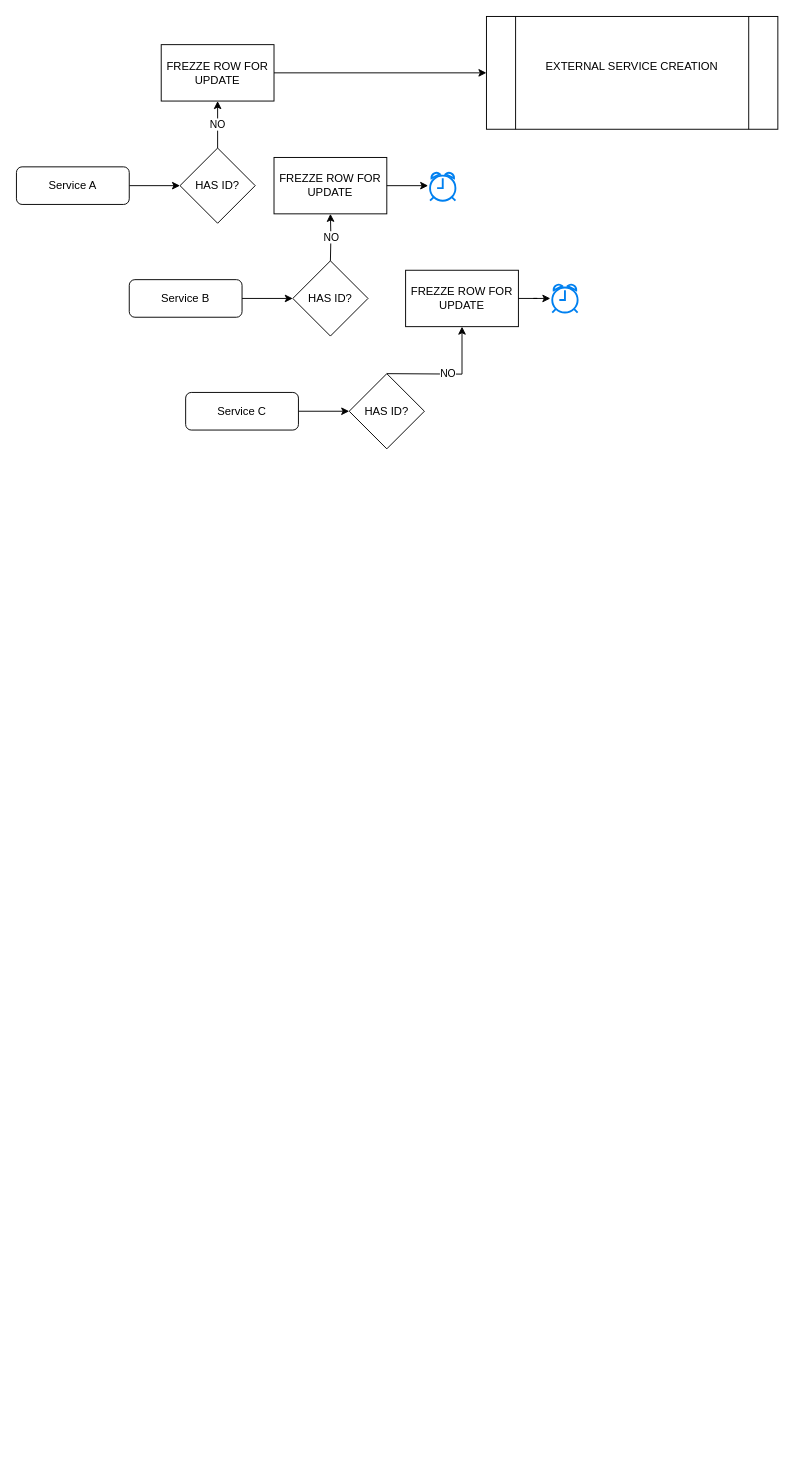
fllantada/casinoFront keeps this draw.io diagram as Diagrama sin título.drawio. Above is the earlier version. Source tidied: cells renumbered, new cells numbered last; positions are measured from the earlier drawing's top-left corner, leaving out a move shared by most shapes. Both pictures are drawn from the tidied source at 94%, with x=0, y=0 at pixel (16, 16).
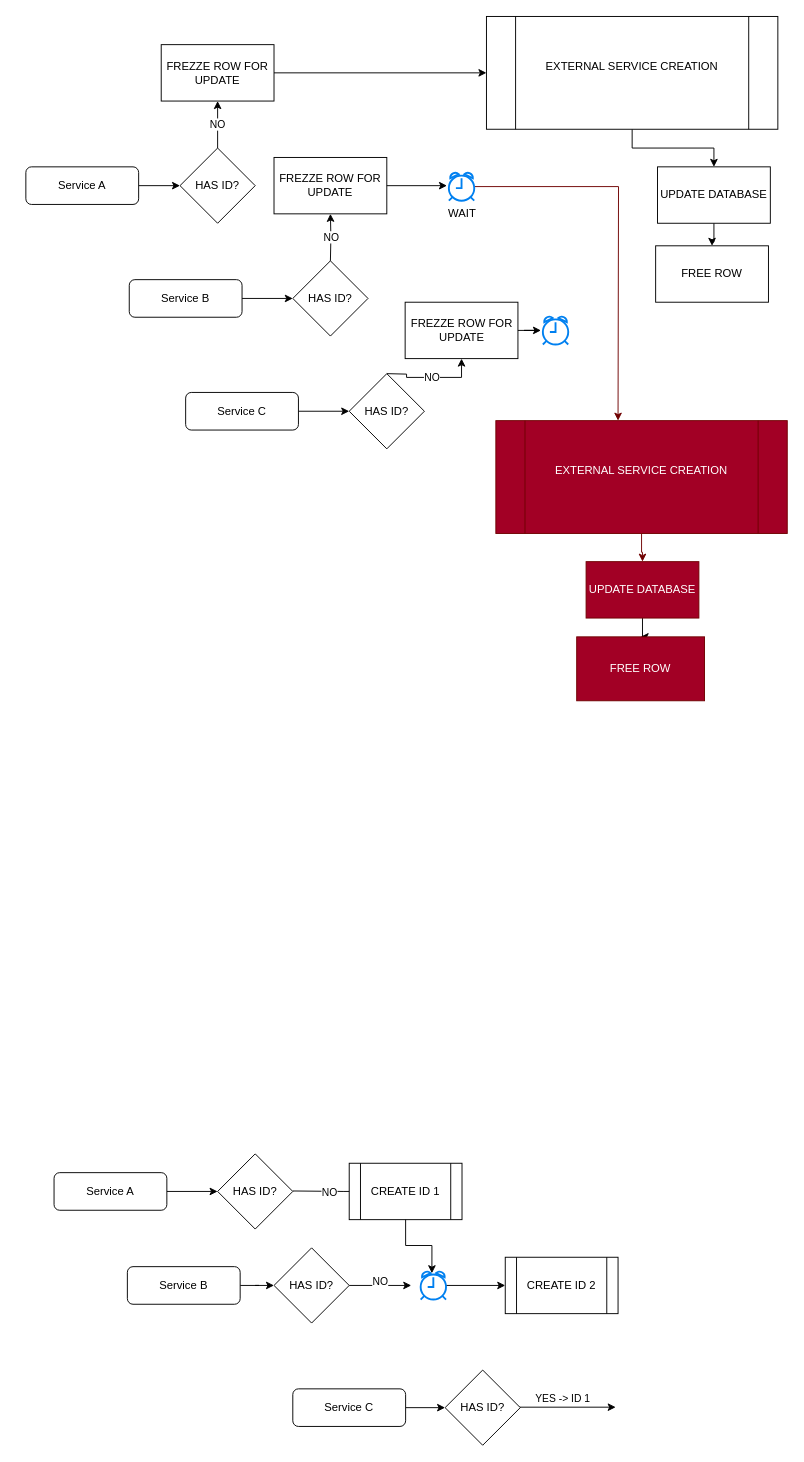
Above is the later version.

Unchanged cells that the change refers to:
```xml
<mxCell id="12" value="EXTERNAL SERVICE CREATION&lt;div&gt;&lt;br&gt;&lt;/div&gt;" style="shape=process;whiteSpace=wrap;html=1;backgroundOutline=1;" parent="1" vertex="1">
  <mxGeometry x="500" width="310" height="120" as="geometry" />
</mxCell>
```

What changed in the source:
```diff
@@
     <mxCell id="3" value="Service A" style="rounded=1;whiteSpace=wrap;html=1;fontSize=12;glass=0;strokeWidth=1;shadow=0;" parent="1" vertex="1">
-      <mxGeometry y="160" width="120" height="40" as="geometry" />
+      <mxGeometry x="10" y="160" width="120" height="40" as="geometry" />
     </mxCell>
@@
+    <mxCell id="23" style="edgeStyle=orthogonalEdgeStyle;rounded=0;jettySize=auto;html=1;entryX=0.5;entryY=0;entryDx=0;entryDy=0;" parent="1" edge="1" source="12" target="26">
+      <mxGeometry relative="1" as="geometry" />
+    </mxCell>
@@
     <mxCell id="18" value="FREZZE ROW FOR UPDATE" style="rounded=0;whiteSpace=wrap;html=1;" parent="1" vertex="1">
-      <mxGeometry x="414" y="270" width="120" height="60" as="geometry" />
+      <mxGeometry x="413.5" y="304" width="120" height="60" as="geometry" />
     </mxCell>
+    <mxCell id="24" style="edgeStyle=orthogonalEdgeStyle;rounded=0;jettySize=auto;html=1;fillColor=#a20025;strokeColor=#6F0000;" parent="1" edge="1" source="19">
+      <mxGeometry relative="1" as="geometry">
+        <mxPoint x="640" y="430" as="targetPoint" />
+      </mxGeometry>
+    </mxCell>
-    <mxCell id="19" style="html=1;verticalLabelPosition=bottom;align=center;labelBackgroundColor=#ffffff;verticalAlign=top;strokeWidth=2;strokeColor=#0080F0;shadow=0;dashed=0;shape=mxgraph.ios7.icons.alarm_clock;" parent="1" vertex="1">
-      <mxGeometry x="440" y="166" width="27" height="30" as="geometry" />
+    <mxCell id="19" value="WAIT" style="html=1;verticalLabelPosition=bottom;align=center;labelBackgroundColor=#ffffff;verticalAlign=top;strokeWidth=2;strokeColor=#0080F0;shadow=0;dashed=0;shape=mxgraph.ios7.icons.alarm_clock;" parent="1" vertex="1">
+      <mxGeometry x="460" y="166" width="27" height="30" as="geometry" />
     </mxCell>
     <mxCell id="20" style="html=1;verticalLabelPosition=bottom;align=center;labelBackgroundColor=#ffffff;verticalAlign=top;strokeWidth=2;strokeColor=#0080F0;shadow=0;dashed=0;shape=mxgraph.ios7.icons.alarm_clock;" parent="1" vertex="1">
-      <mxGeometry x="570" y="285" width="27" height="30" as="geometry" />
+      <mxGeometry x="560" y="319" width="27" height="30" as="geometry" />
     </mxCell>
@@
+    <mxCell id="25" style="edgeStyle=orthogonalEdgeStyle;rounded=0;jettySize=auto;html=1;" parent="1" edge="1" source="26" target="27">
+      <mxGeometry relative="1" as="geometry" />
+    </mxCell>
+    <mxCell id="26" value="UPDATE DATABASE" style="rounded=0;whiteSpace=wrap;html=1;" parent="1" vertex="1">
+      <mxGeometry x="682" y="160" width="120" height="60" as="geometry" />
+    </mxCell>
+    <mxCell id="27" value="FREE ROW" style="whiteSpace=wrap;html=1;rounded=0;" parent="1" vertex="1">
+      <mxGeometry x="680" y="244" width="120" height="60" as="geometry" />
+    </mxCell>
+    <mxCell id="28" style="edgeStyle=orthogonalEdgeStyle;rounded=0;jettySize=auto;html=1;entryX=0.5;entryY=0;entryDx=0;entryDy=0;fillColor=#a20025;strokeColor=#6F0000;" parent="1" edge="1" source="29" target="31">
+      <mxGeometry relative="1" as="geometry" />
+    </mxCell>
+    <mxCell id="29" value="EXTERNAL SERVICE CREATION&lt;div&gt;&lt;br&gt;&lt;/div&gt;" style="shape=process;whiteSpace=wrap;html=1;backgroundOutline=1;fillColor=#a20025;fontColor=#ffffff;strokeColor=#6F0000;" parent="1" vertex="1">
+      <mxGeometry x="510" y="430" width="310" height="120" as="geometry" />
+    </mxCell>
+    <mxCell id="30" style="edgeStyle=orthogonalEdgeStyle;rounded=0;jettySize=auto;html=1;" parent="1" edge="1" source="31" target="32">
+      <mxGeometry relative="1" as="geometry" />
+    </mxCell>
+    <mxCell id="31" value="UPDATE DATABASE" style="rounded=0;whiteSpace=wrap;html=1;fillColor=#a20025;fontColor=#ffffff;strokeColor=#6F0000;" parent="1" vertex="1">
+      <mxGeometry x="606" y="580" width="120" height="60" as="geometry" />
+    </mxCell>
+    <mxCell id="32" value="FREE ROW" style="whiteSpace=wrap;html=1;rounded=0;fillColor=#a20025;fontColor=#ffffff;strokeColor=#6F0000;" parent="1" vertex="1">
+      <mxGeometry x="596" y="660" width="136" height="68" as="geometry" />
+    </mxCell>
+    <mxCell id="33" style="edgeStyle=orthogonalEdgeStyle;rounded=0;jettySize=auto;html=1;entryX=0;entryY=0.5;entryDx=0;entryDy=0;" parent="1" edge="1" source="34" target="37">
+      <mxGeometry relative="1" as="geometry" />
+    </mxCell>
+    <mxCell id="34" value="Service B" style="rounded=1;whiteSpace=wrap;html=1;fontSize=12;glass=0;strokeWidth=1;shadow=0;" parent="1" vertex="1">
+      <mxGeometry x="118" y="1330" width="120" height="40" as="geometry" />
+    </mxCell>
+    <mxCell id="35" style="edgeStyle=orthogonalEdgeStyle;rounded=0;jettySize=auto;html=1;" parent="1" edge="1" source="37">
+      <mxGeometry relative="1" as="geometry">
+        <mxPoint x="420" y="1350" as="targetPoint" />
+      </mxGeometry>
+    </mxCell>
+    <mxCell id="36" value="NO&lt;div&gt;&lt;br&gt;&lt;/div&gt;" style="edgeLabel;html=1;align=center;verticalAlign=middle;" parent="35" vertex="1">
+      <mxGeometry x="0.01" y="-1" relative="1" as="geometry">
+        <mxPoint x="-1" y="1" as="offset" />
+      </mxGeometry>
+    </mxCell>
+    <mxCell id="37" value="HAS ID?" style="rhombus;whiteSpace=wrap;html=1;" parent="1" vertex="1">
+      <mxGeometry x="274" y="1310" width="80" height="80" as="geometry" />
+    </mxCell>
+    <mxCell id="38" style="edgeStyle=orthogonalEdgeStyle;rounded=0;jettySize=auto;html=1;entryX=0;entryY=0.5;entryDx=0;entryDy=0;" parent="1" edge="1" source="39" target="40">
+      <mxGeometry relative="1" as="geometry" />
+    </mxCell>
+    <mxCell id="39" value="Service A" style="rounded=1;whiteSpace=wrap;html=1;fontSize=12;glass=0;strokeWidth=1;shadow=0;" parent="1" vertex="1">
+      <mxGeometry x="40" y="1230" width="120" height="40" as="geometry" />
+    </mxCell>
+    <mxCell id="40" value="HAS ID?" style="rhombus;whiteSpace=wrap;html=1;" parent="1" vertex="1">
+      <mxGeometry x="214" y="1210" width="80" height="80" as="geometry" />
+    </mxCell>
+    <mxCell id="41" style="edgeStyle=orthogonalEdgeStyle;rounded=0;orthogonalLoop=1;jettySize=auto;html=1;" parent="1" edge="1">
+      <mxGeometry relative="1" as="geometry">
+        <mxPoint x="294" y="1249.5" as="sourcePoint" />
+        <mxPoint x="400" y="1250" as="targetPoint" />
+      </mxGeometry>
+    </mxCell>
+    <mxCell id="42" value="NO" style="edgeLabel;html=1;align=center;verticalAlign=middle;" parent="41" vertex="1">
+      <mxGeometry x="-0.27" y="-1" relative="1" as="geometry" />
+    </mxCell>
+    <mxCell id="43" value="CREATE ID 1" style="shape=process;whiteSpace=wrap;html=1;backgroundOutline=1;" parent="1" vertex="1">
+      <mxGeometry x="354" y="1220" width="120" height="60" as="geometry" />
+    </mxCell>
+    <mxCell id="44" value="CREATE ID 2" style="shape=process;whiteSpace=wrap;html=1;backgroundOutline=1;" parent="1" vertex="1">
+      <mxGeometry x="520" y="1320" width="120" height="60" as="geometry" />
+    </mxCell>
+    <mxCell id="45" style="edgeStyle=orthogonalEdgeStyle;rounded=0;jettySize=auto;html=1;" parent="1" edge="1" source="46" target="44">
+      <mxGeometry relative="1" as="geometry" />
+    </mxCell>
+    <mxCell id="46" style="html=1;verticalLabelPosition=bottom;align=center;labelBackgroundColor=#ffffff;verticalAlign=top;strokeWidth=2;strokeColor=#0080F0;shadow=0;dashed=0;shape=mxgraph.ios7.icons.alarm_clock;" parent="1" vertex="1">
+      <mxGeometry x="430" y="1335" width="27" height="30" as="geometry" />
+    </mxCell>
+    <mxCell id="47" style="edgeStyle=orthogonalEdgeStyle;rounded=0;jettySize=auto;html=1;entryX=0.444;entryY=0.067;entryDx=0;entryDy=0;entryPerimeter=0;" parent="1" edge="1" source="43" target="46">
+      <mxGeometry relative="1" as="geometry" />
+    </mxCell>
+    <mxCell id="48" style="edgeStyle=orthogonalEdgeStyle;rounded=0;jettySize=auto;html=1;entryX=0;entryY=0.5;entryDx=0;entryDy=0;" parent="1" edge="1" source="49" target="52">
+      <mxGeometry relative="1" as="geometry" />
+    </mxCell>
+    <mxCell id="49" value="Service C" style="rounded=1;whiteSpace=wrap;html=1;fontSize=12;glass=0;strokeWidth=1;shadow=0;" parent="1" vertex="1">
+      <mxGeometry x="294" y="1460" width="120" height="40" as="geometry" />
+    </mxCell>
+    <mxCell id="50" style="edgeStyle=orthogonalEdgeStyle;rounded=0;orthogonalLoop=1;jettySize=auto;html=1;" parent="1" edge="1">
+      <mxGeometry relative="1" as="geometry">
+        <mxPoint x="533.5" y="1479.5" as="sourcePoint" />
+        <mxPoint x="637.5" y="1479.5" as="targetPoint" />
+      </mxGeometry>
+    </mxCell>
+    <mxCell id="51" value="YES -&amp;gt; ID 1" style="edgeLabel;html=1;align=center;verticalAlign=middle;" parent="50" vertex="1">
+      <mxGeometry x="0.15" y="2" relative="1" as="geometry">
+        <mxPoint x="-13" y="-7" as="offset" />
+      </mxGeometry>
+    </mxCell>
+    <mxCell id="52" value="HAS ID?" style="rhombus;whiteSpace=wrap;html=1;" parent="1" vertex="1">
+      <mxGeometry x="456" y="1440" width="80" height="80" as="geometry" />
+    </mxCell>
```
